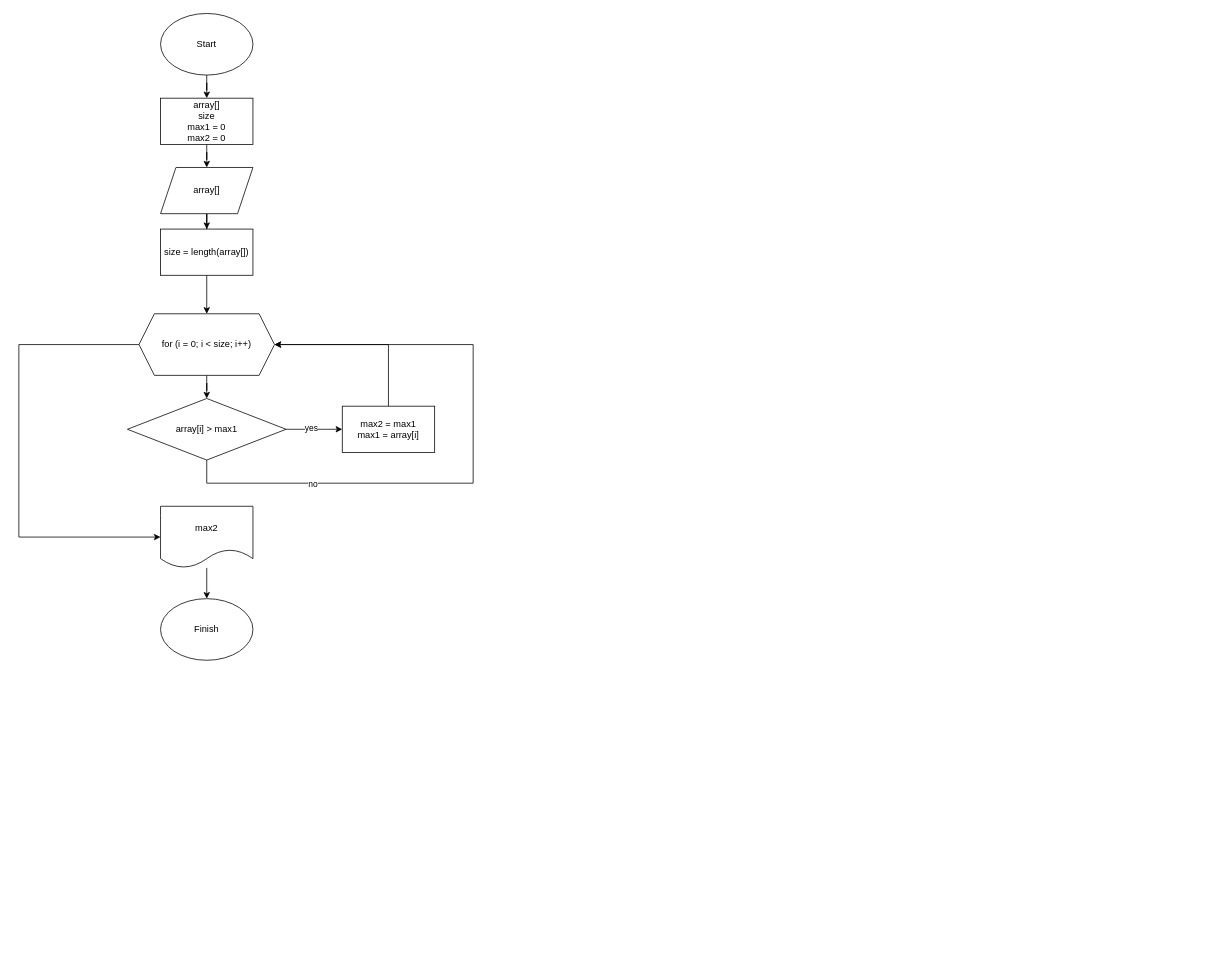
The draw.io diagram Second_max.drawio in m00700728/Learning2, before the edit. Source tidied: cells renumbered, new cells numbered last; positions are measured from the earlier drawing's top-left corner, leaving out a move shared by most shapes. Both pictures are drawn from the tidied source at 77%, with x=0, y=0 at pixel (18, 13).
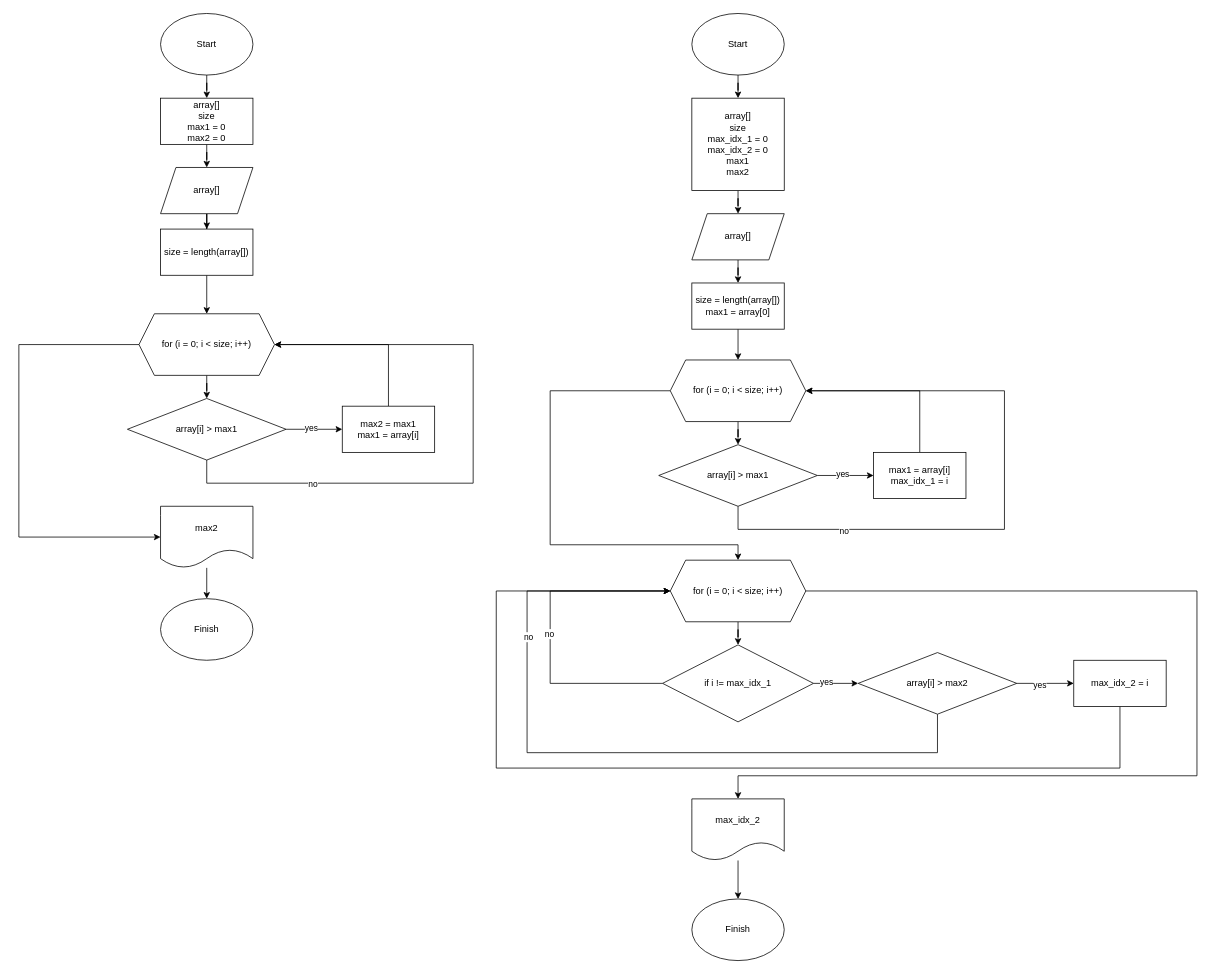
The same diagram, later.

What changed in the source:
```diff
@@
+    <mxCell id="23" style="edgeStyle=orthogonalEdgeStyle;rounded=0;jettySize=auto;html=1;" parent="1" edge="1" source="24" target="28">
+      <mxGeometry relative="1" as="geometry" />
+    </mxCell>
+    <mxCell id="24" value="Start" style="ellipse;whiteSpace=wrap;html=1;" parent="1" vertex="1">
+      <mxGeometry x="874" width="120" height="80" as="geometry" />
+    </mxCell>
+    <mxCell id="25" value="Finish" style="ellipse;whiteSpace=wrap;html=1;" parent="1" vertex="1">
+      <mxGeometry x="874" y="1150" width="120" height="80" as="geometry" />
+    </mxCell>
+    <mxCell id="26" style="edgeStyle=orthogonalEdgeStyle;rounded=0;jettySize=auto;html=1;" parent="1" edge="1" target="30">
+      <mxGeometry relative="1" as="geometry">
+        <mxPoint x="934" y="290" as="sourcePoint" />
+      </mxGeometry>
+    </mxCell>
+    <mxCell id="27" style="edgeStyle=orthogonalEdgeStyle;rounded=0;jettySize=auto;html=1;entryX=0.5;entryY=0;entryDx=0;entryDy=0;" parent="1" edge="1" source="28" target="30">
+      <mxGeometry relative="1" as="geometry" />
+    </mxCell>
+    <mxCell id="28" value="array[]&lt;br&gt;size&lt;br&gt;max_idx_1 = 0&lt;br&gt;max_idx_2 = 0&lt;br&gt;max1&lt;br&gt;max2" style="rounded=0;whiteSpace=wrap;html=1;" parent="1" vertex="1">
+      <mxGeometry x="874" y="110" width="120" height="120" as="geometry" />
+    </mxCell>
+    <mxCell id="29" style="edgeStyle=orthogonalEdgeStyle;rounded=0;jettySize=auto;html=1;entryX=0.5;entryY=0;entryDx=0;entryDy=0;" parent="1" edge="1" source="30" target="42">
+      <mxGeometry relative="1" as="geometry" />
+    </mxCell>
+    <mxCell id="30" value="array[]" style="shape=parallelogram;perimeter=parallelogramPerimeter;whiteSpace=wrap;html=1;fixedSize=1;" parent="1" vertex="1">
+      <mxGeometry x="874" y="260" width="120" height="60" as="geometry" />
+    </mxCell>
+    <mxCell id="31" style="edgeStyle=orthogonalEdgeStyle;rounded=0;jettySize=auto;html=1;" parent="1" edge="1" source="33" target="38">
+      <mxGeometry relative="1" as="geometry" />
+    </mxCell>
+    <mxCell id="32" style="edgeStyle=orthogonalEdgeStyle;rounded=0;jettySize=auto;html=1;entryX=0.5;entryY=0;entryDx=0;entryDy=0;exitX=0;exitY=0.5;exitDx=0;exitDy=0;" parent="1" edge="1" source="33" target="45">
+      <mxGeometry relative="1" as="geometry">
+        <Array as="points">
+          <mxPoint x="690" y="490" />
+          <mxPoint x="690" y="690" />
+          <mxPoint x="934" y="690" />
+        </Array>
+      </mxGeometry>
+    </mxCell>
+    <mxCell id="33" value="for (i = 0; i &amp;lt; size; i++)" style="shape=hexagon;perimeter=hexagonPerimeter2;whiteSpace=wrap;html=1;fixedSize=1;" parent="1" vertex="1">
+      <mxGeometry x="846" y="450" width="176" height="80" as="geometry" />
+    </mxCell>
+    <mxCell id="34" style="edgeStyle=orthogonalEdgeStyle;rounded=0;jettySize=auto;html=1;" parent="1" edge="1" source="38" target="40">
+      <mxGeometry relative="1" as="geometry" />
+    </mxCell>
+    <mxCell id="35" value="yes" style="edgeLabel;html=1;align=center;verticalAlign=middle;" parent="34" vertex="1">
+      <mxGeometry x="-0.12" y="2" relative="1" as="geometry" />
+    </mxCell>
+    <mxCell id="36" style="edgeStyle=orthogonalEdgeStyle;rounded=0;jettySize=auto;html=1;entryX=1;entryY=0.5;entryDx=0;entryDy=0;exitX=0.5;exitY=1;exitDx=0;exitDy=0;" parent="1" edge="1" source="38" target="33">
+      <mxGeometry relative="1" as="geometry">
+        <Array as="points">
+          <mxPoint x="934" y="670" />
+          <mxPoint x="1280" y="670" />
+          <mxPoint x="1280" y="490" />
+        </Array>
+      </mxGeometry>
+    </mxCell>
+    <mxCell id="37" value="no" style="edgeLabel;html=1;align=center;verticalAlign=middle;" parent="36" vertex="1">
+      <mxGeometry x="-0.59" y="-1" relative="1" as="geometry" />
+    </mxCell>
+    <mxCell id="38" value="array[i] &amp;gt; max1" style="rhombus;whiteSpace=wrap;html=1;" parent="1" vertex="1">
+      <mxGeometry x="831" y="560" width="206" height="80" as="geometry" />
+    </mxCell>
+    <mxCell id="39" style="edgeStyle=orthogonalEdgeStyle;rounded=0;jettySize=auto;html=1;entryX=1;entryY=0.5;entryDx=0;entryDy=0;exitX=0.5;exitY=0;exitDx=0;exitDy=0;" parent="1" edge="1" source="40" target="33">
+      <mxGeometry relative="1" as="geometry" />
+    </mxCell>
+    <mxCell id="40" value="max1 = array[i]&lt;br&gt;max_idx_1 = i" style="rounded=0;whiteSpace=wrap;html=1;" parent="1" vertex="1">
+      <mxGeometry x="1110" y="570" width="120" height="60" as="geometry" />
+    </mxCell>
+    <mxCell id="41" style="edgeStyle=orthogonalEdgeStyle;rounded=0;jettySize=auto;html=1;entryX=0.5;entryY=0;entryDx=0;entryDy=0;" parent="1" edge="1" source="42" target="33">
+      <mxGeometry relative="1" as="geometry" />
+    </mxCell>
+    <mxCell id="42" value="size = length(array[])&lt;br&gt;max1 = array[0]&lt;br&gt;" style="rounded=0;whiteSpace=wrap;html=1;" parent="1" vertex="1">
+      <mxGeometry x="874" y="350" width="120" height="60" as="geometry" />
+    </mxCell>
+    <mxCell id="43" style="edgeStyle=orthogonalEdgeStyle;rounded=0;jettySize=auto;html=1;entryX=0.5;entryY=0;entryDx=0;entryDy=0;" parent="1" edge="1" source="45" target="50">
+      <mxGeometry relative="1" as="geometry" />
+    </mxCell>
+    <mxCell id="44" style="edgeStyle=orthogonalEdgeStyle;rounded=0;jettySize=auto;html=1;entryX=0.5;entryY=0;entryDx=0;entryDy=0;exitX=1;exitY=0.5;exitDx=0;exitDy=0;" parent="1" edge="1" source="45" target="59">
+      <mxGeometry relative="1" as="geometry">
+        <Array as="points">
+          <mxPoint x="1530" y="750" />
+          <mxPoint x="1530" y="990" />
+          <mxPoint x="934" y="990" />
+        </Array>
+      </mxGeometry>
+    </mxCell>
+    <mxCell id="45" value="for (i = 0; i &amp;lt; size; i++)" style="shape=hexagon;perimeter=hexagonPerimeter2;whiteSpace=wrap;html=1;fixedSize=1;" parent="1" vertex="1">
+      <mxGeometry x="846" y="710" width="176" height="80" as="geometry" />
+    </mxCell>
+    <mxCell id="46" style="edgeStyle=orthogonalEdgeStyle;rounded=0;jettySize=auto;html=1;entryX=0;entryY=0.5;entryDx=0;entryDy=0;" parent="1" edge="1" source="50" target="55">
+      <mxGeometry relative="1" as="geometry" />
+    </mxCell>
+    <mxCell id="47" value="yes" style="edgeLabel;html=1;align=center;verticalAlign=middle;" parent="46" vertex="1">
+      <mxGeometry x="-0.46" y="3" relative="1" as="geometry" />
+    </mxCell>
+    <mxCell id="48" style="edgeStyle=orthogonalEdgeStyle;rounded=0;jettySize=auto;html=1;entryX=0;entryY=0.5;entryDx=0;entryDy=0;exitX=0;exitY=0.5;exitDx=0;exitDy=0;" parent="1" edge="1" source="50" target="45">
+      <mxGeometry relative="1" as="geometry">
+        <Array as="points">
+          <mxPoint x="690" y="870" />
+          <mxPoint x="690" y="750" />
+        </Array>
+      </mxGeometry>
+    </mxCell>
+    <mxCell id="49" value="no" style="edgeLabel;html=1;align=center;verticalAlign=middle;" parent="48" vertex="1">
+      <mxGeometry y="2" relative="1" as="geometry" />
+    </mxCell>
+    <mxCell id="50" value="if i != max_idx_1" style="rhombus;whiteSpace=wrap;html=1;" parent="1" vertex="1">
+      <mxGeometry x="836" y="820" width="196" height="100" as="geometry" />
+    </mxCell>
+    <mxCell id="51" style="edgeStyle=orthogonalEdgeStyle;rounded=0;jettySize=auto;html=1;entryX=0;entryY=0.5;entryDx=0;entryDy=0;" parent="1" edge="1" source="55" target="57">
+      <mxGeometry relative="1" as="geometry" />
+    </mxCell>
+    <mxCell id="52" value="yes" style="edgeLabel;html=1;align=center;verticalAlign=middle;" parent="51" vertex="1">
+      <mxGeometry x="-0.21" y="-2" relative="1" as="geometry" />
+    </mxCell>
+    <mxCell id="53" style="edgeStyle=orthogonalEdgeStyle;rounded=0;jettySize=auto;html=1;entryX=0;entryY=0.5;entryDx=0;entryDy=0;" parent="1" edge="1" source="55" target="45">
+      <mxGeometry relative="1" as="geometry">
+        <Array as="points">
+          <mxPoint x="1193" y="960" />
+          <mxPoint x="660" y="960" />
+          <mxPoint x="660" y="750" />
+        </Array>
+      </mxGeometry>
+    </mxCell>
+    <mxCell id="54" value="no" style="edgeLabel;html=1;align=center;verticalAlign=middle;" parent="53" vertex="1">
+      <mxGeometry x="0.5" y="-1" relative="1" as="geometry" />
+    </mxCell>
+    <mxCell id="55" value="array[i] &amp;gt; max2" style="rhombus;whiteSpace=wrap;html=1;" parent="1" vertex="1">
+      <mxGeometry x="1090" y="830" width="206" height="80" as="geometry" />
+    </mxCell>
+    <mxCell id="56" style="edgeStyle=orthogonalEdgeStyle;rounded=0;jettySize=auto;html=1;entryX=0;entryY=0.5;entryDx=0;entryDy=0;" parent="1" edge="1" source="57" target="45">
+      <mxGeometry relative="1" as="geometry">
+        <Array as="points">
+          <mxPoint x="1430" y="980" />
+          <mxPoint x="620" y="980" />
+          <mxPoint x="620" y="750" />
+        </Array>
+      </mxGeometry>
+    </mxCell>
+    <mxCell id="57" value="max_idx_2 = i" style="rounded=0;whiteSpace=wrap;html=1;" parent="1" vertex="1">
+      <mxGeometry x="1370" y="840" width="120" height="60" as="geometry" />
+    </mxCell>
+    <mxCell id="58" style="edgeStyle=orthogonalEdgeStyle;rounded=0;jettySize=auto;html=1;entryX=0.5;entryY=0;entryDx=0;entryDy=0;" parent="1" edge="1" source="59" target="25">
+      <mxGeometry relative="1" as="geometry" />
+    </mxCell>
+    <mxCell id="59" value="max_idx_2" style="shape=document;whiteSpace=wrap;html=1;boundedLbl=1;" parent="1" vertex="1">
+      <mxGeometry x="874" y="1020" width="120" height="80" as="geometry" />
+    </mxCell>
```
